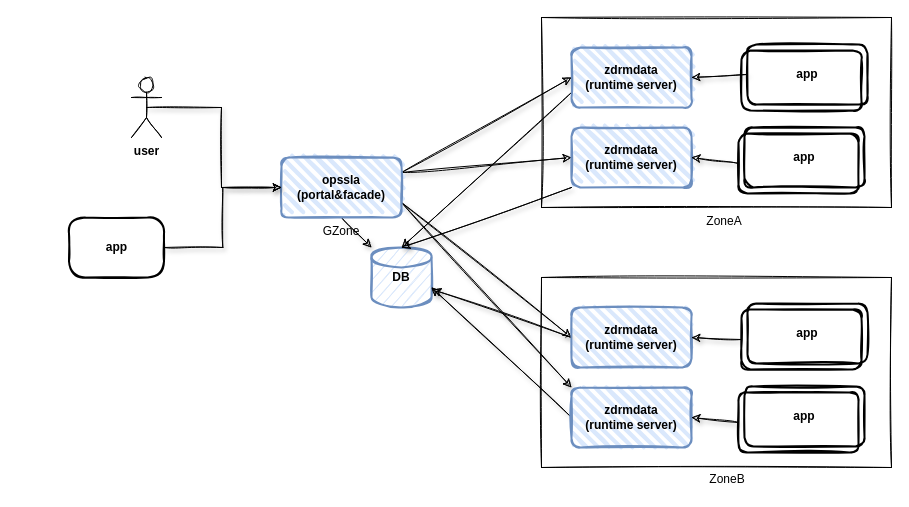
Above: page "Page-4" (3 of 13) of drm-arch.drawio in atellwu/atellwu.github.io (draw.io), before the change. Source tidied: cells renumbered, new cells numbered last; positions are measured from the earlier drawing's top-left corner, leaving out a move shared by most shapes. Both pictures are drawn from the tidied source at 100%, with x=0, y=0 at pixel (69, 17).
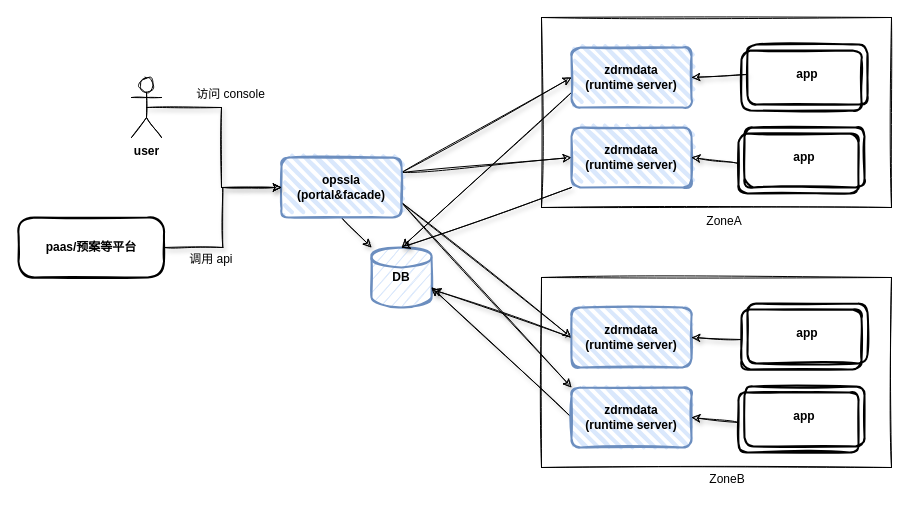
The same diagram, later.

Change to the diagram source:
```diff
@@
-    <mxCell id="16" value="&lt;b&gt;app&lt;/b&gt;" style="rounded=1;whiteSpace=wrap;html=1;strokeWidth=2;fillWeight=4;hachureGap=8;hachureAngle=45;sketch=1;fillColor=none;arcSize=27;" parent="1" vertex="1">
-      <mxGeometry x="-0.5" y="200" width="95" height="60" as="geometry" />
+    <mxCell id="16" value="&lt;b&gt;paas/预案等平台&lt;br&gt;&lt;/b&gt;" style="rounded=1;whiteSpace=wrap;html=1;strokeWidth=2;fillWeight=4;hachureGap=8;hachureAngle=45;sketch=1;fillColor=none;arcSize=27;" parent="1" vertex="1">
+      <mxGeometry x="-51" y="200" width="145.5" height="60" as="geometry" />
     </mxCell>
@@
-    <mxCell id="37" value="GZone" style="text;html=1;strokeColor=none;fillColor=none;align=center;verticalAlign=middle;whiteSpace=wrap;rounded=0;shadow=0;sketch=1;" parent="1" vertex="1">
-      <mxGeometry x="252" y="204" width="40" height="20" as="geometry" />
-    </mxCell>
+    <mxCell id="38" value="调用 api&amp;nbsp;" style="text;html=1;strokeColor=none;fillColor=none;align=center;verticalAlign=middle;whiteSpace=wrap;rounded=0;shadow=0;sketch=1;" parent="1" vertex="1">
+      <mxGeometry x="114" y="232" width="59" height="20" as="geometry" />
+    </mxCell>
+    <mxCell id="39" value="访问 console" style="text;html=1;strokeColor=none;fillColor=none;align=center;verticalAlign=middle;whiteSpace=wrap;rounded=0;shadow=0;sketch=1;" parent="1" vertex="1">
+      <mxGeometry x="120" y="67" width="83" height="20" as="geometry" />
+    </mxCell>
```
